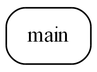
Earlier version of the Graphviz export doc/graphs/uses_diagram.png (jahrWork/software_design). Its source is kept beside it as doc/graphs/uses_diagram.dot.
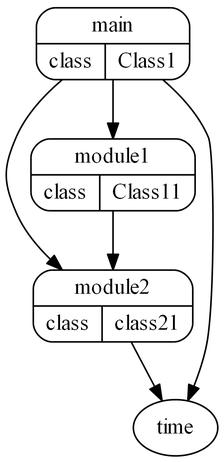
After the commit.

What changed in the source:
```diff
@@ -1,6 +1,16 @@
 digraph G {
 	graph [dpi=300, name="Diagrama import"];
 	node [label="\N"];
-	graph [bb="0,0,54,38"];
-	main [label=main, shape=Mrecord, pos="27,19", width="0.75", height="0.51389"];
+	graph [bb="0,0,135.31,288"];
+	module2 [label="{module2|{{class\l}|{class21}}}", shape=Mrecord, pos="68.306,96", width="1.4167", height="0.65278"];
+	time [label=time, shape=ellipse, pos="108.31,18", width="0.75", height="0.5"];
+	main [label="{main|{{class\l}|{Class1}}}", shape=Mrecord, pos="68.306,264", width="1.3611", height="0.65278"];
+	module1 [label="{module1|{{class\l}|{Class11}}}", shape=Mrecord, pos="68.306,180", width="1.4514", height="0.65278"];
+	main -> module1 [pos="e,68.306,203.1 68.306,240.59 68.306,232.12 68.306,222.3 68.306,213.1"];
+	module2 -> time [pos="e,99.651,35.444 80.091,72.609 84.743,63.769 90.113,53.566 94.911,44.449"];
+	main -> time [pos="e,116.14,35.279 100.31,240.78 111.7,230.97 123.21,218.38 129.31,204 133.22,194.78 133.56,99.878 128.31,72 126.58,62.831 123.38,53.179\
+ 120.05,44.661"];
+	main -> module2 [pos="e,35.785,119.12 35.785,240.88 24.21,231.08 12.513,218.48 6.3057,204 -2.1019,184.39 -2.1019,175.61 6.3057,156 11.155,144.69 19.355\
+,134.52 28.23,125.95"];
+	module1 -> module2 [pos="e,68.306,119.1 68.306,156.59 68.306,148.12 68.306,138.3 68.306,129.1"];
 }
```
